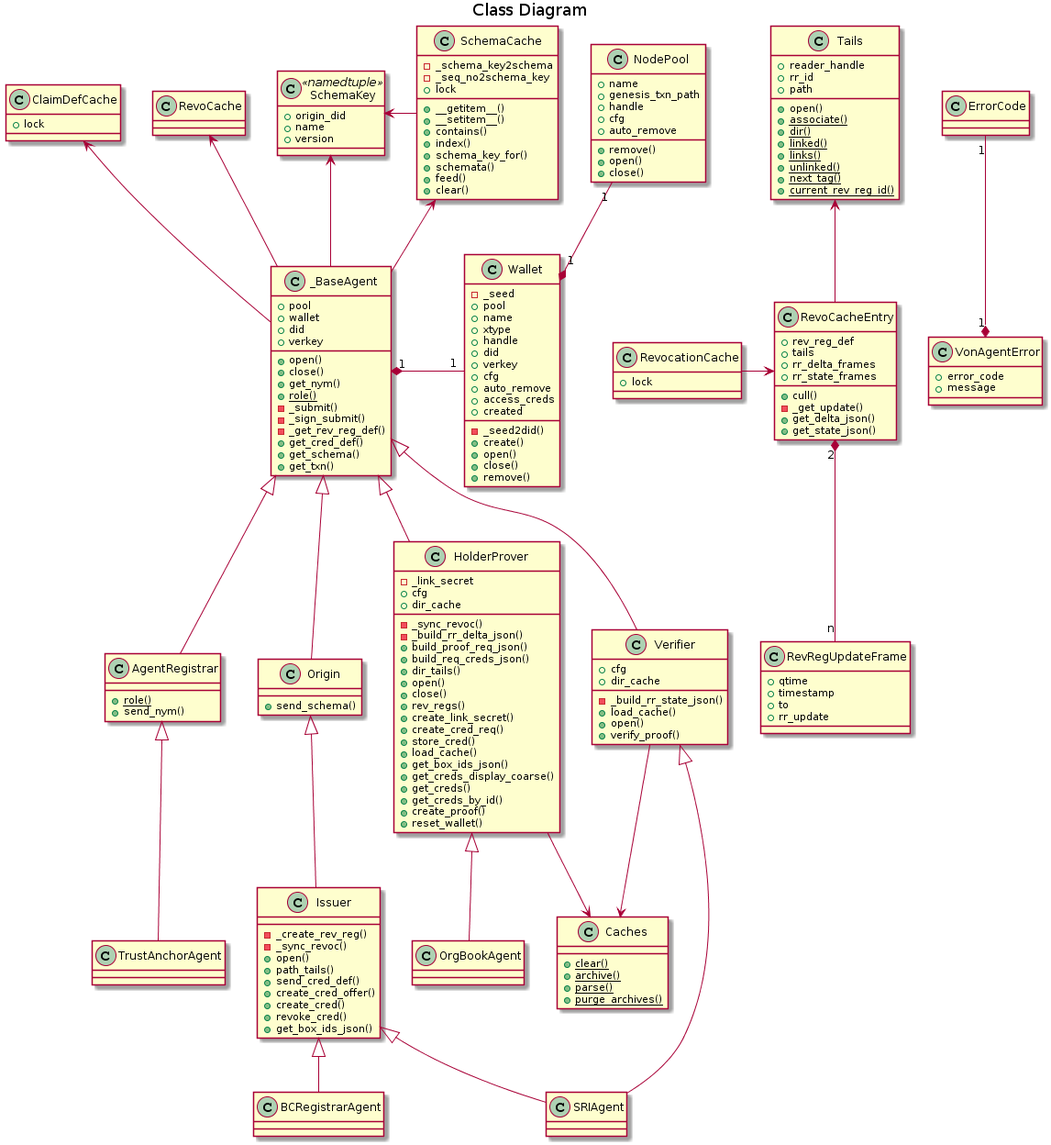
This is doc/pic/class.png from PSPC-SPAC-buyandsell/von_base, a PlantUML export, as it was before one commit.
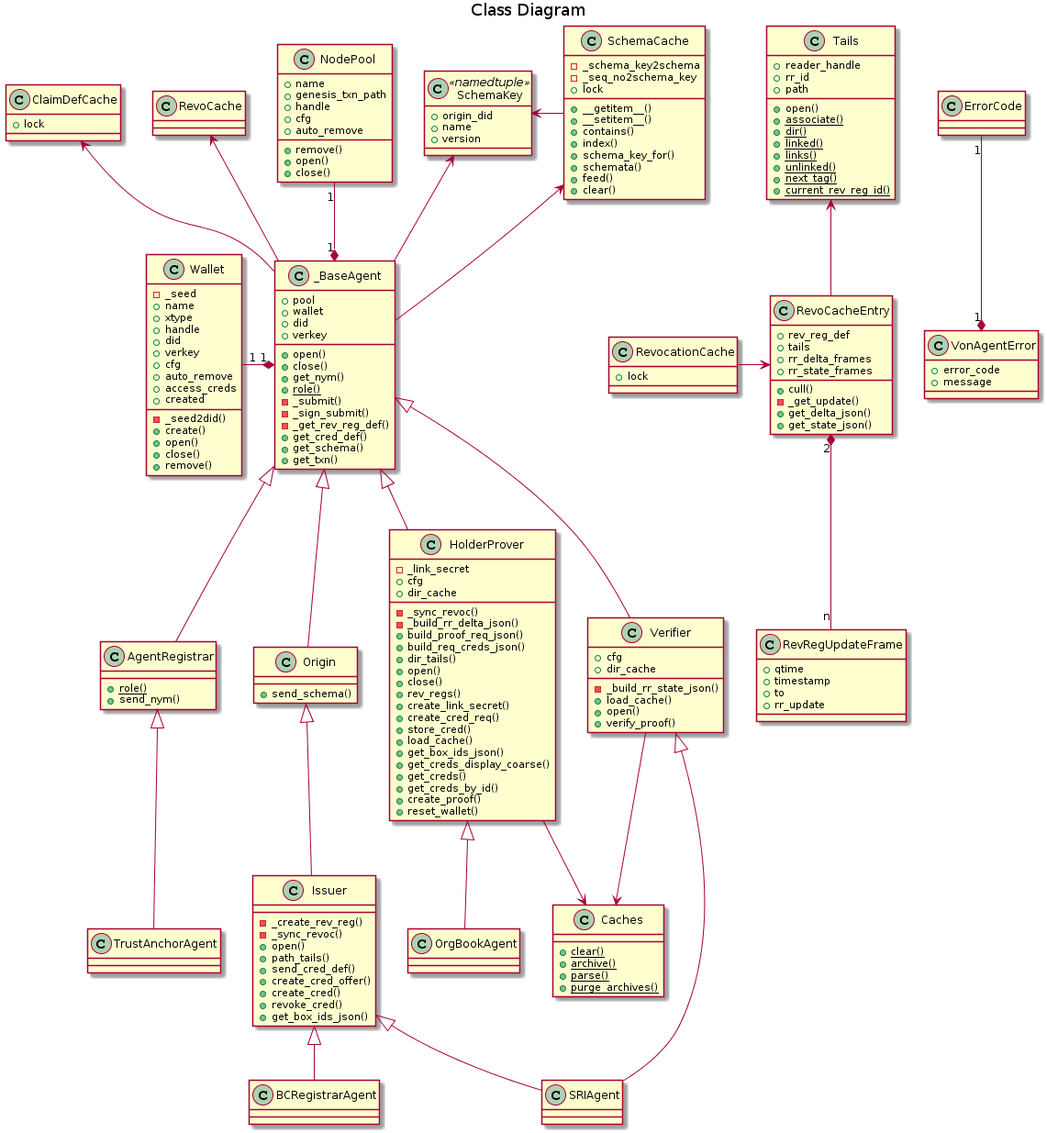
Above is the later version.

Commit message:
indy-sdk 1.6 removes wallet's dependence on pool

The edit, as a diff of the source:
```diff
@@ -80,7 +80,6 @@
 class Wallet {
     -_seed2did()
     -_seed
-    +pool
     +name
     +xtype
     +handle
@@ -195,8 +194,8 @@
 _BaseAgent -left-> SchemaKey
 
 _BaseAgent -up-> SchemaCache
-_BaseAgent "1" *-right- "1" Wallet
-Wallet "1" *-up- "1" NodePool
+_BaseAgent "1" *-left- "1" Wallet
+_BaseAgent "1" *-up- "1" NodePool
 
 RevoCacheEntry -up-> Tails
 RevoCacheEntry "2" *-down- "n" RevRegUpdateFrame
```
